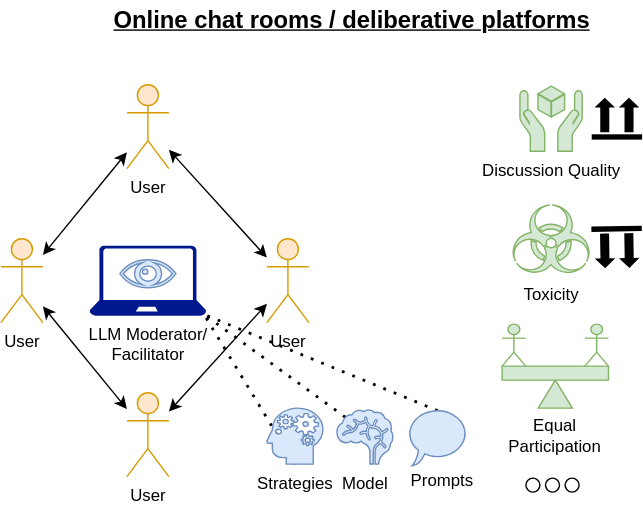
Before: paper/resources/research_goal_2.svg, a diagram exported from draw.io (dimits-ts/llm_moderation_research). Source tidied: cells renumbered, new cells last; positions are measured from the earlier drawing's top-left corner, leaving out a move shared by most shapes. The source it was exported from:
```xml
<mxGraphModel>
  <root>
    <mxCell id="0" />
    <mxCell id="1" parent="0" />
    <mxCell id="2" style="endArrow=none;dashed=1;html=1;dashPattern=1 3;strokeWidth=2;rounded=0;exitX=0.5;exitY=0.045;exitDx=0;exitDy=0;exitPerimeter=0;entryX=0.98;entryY=0.98;entryDx=0;entryDy=0;entryPerimeter=0;" parent="1" edge="1" source="21" target="33">
      <mxGeometry relative="1" as="geometry" />
    </mxCell>
    <mxCell id="3" style="endArrow=none;dashed=1;html=1;dashPattern=1 3;strokeWidth=2;rounded=0;exitX=0.15;exitY=0.135;exitDx=0;exitDy=0;exitPerimeter=0;entryX=0.98;entryY=0.98;entryDx=0;entryDy=0;entryPerimeter=0;" parent="1" edge="1" source="20" target="33">
      <mxGeometry relative="1" as="geometry" />
    </mxCell>
    <mxCell id="4" style="endArrow=none;dashed=1;html=1;dashPattern=1 3;strokeWidth=2;rounded=0;exitX=0.5;exitY=1;exitDx=0;exitDy=0;exitPerimeter=0;entryX=0.98;entryY=0.98;entryDx=0;entryDy=0;entryPerimeter=0;" parent="1" edge="1" source="19" target="33">
      <mxGeometry relative="1" as="geometry" />
    </mxCell>
    <mxCell id="5" value="&lt;b&gt;&lt;u&gt;&lt;font style=&quot;font-size: 17px;&quot;&gt;Online chat rooms / deliberative platforms&lt;/font&gt;&lt;/u&gt;&lt;/b&gt;" style="text;html=1;align=center;verticalAlign=middle;whiteSpace=wrap;rounded=0;" parent="1" vertex="1">
      <mxGeometry x="66" width="370" height="30" as="geometry" />
    </mxCell>
    <mxCell id="6" style="group;" parent="1" vertex="1">
      <mxGeometry x="132" y="40" width="326" height="330" as="geometry" />
    </mxCell>
    <mxCell id="7" style="group;" parent="6" vertex="1">
      <mxGeometry y="20" width="326" height="310" as="geometry" />
    </mxCell>
    <mxCell id="8" style="shape=mxgraph.signs.safety.store_right_up_1;html=1;fillColor=#000000;strokeColor=none;verticalLabelPosition=bottom;verticalAlign=top;align=center;sketch=0;rotation=-181;" parent="7" vertex="1">
      <mxGeometry x="290" y="101" width="36" height="30" as="geometry" />
    </mxCell>
    <mxCell id="9" value="Toxicity" style="shape=mxgraph.signs.safety.biohazard;html=1;fillColor=#d5e8d4;strokeColor=#82b366;verticalLabelPosition=bottom;verticalAlign=top;align=center;sketch=0;" parent="7" vertex="1">
      <mxGeometry x="232" y="86" width="58" height="50" as="geometry" />
    </mxCell>
    <mxCell id="10" value="Discussion Quality" style="shape=mxgraph.signs.safety.handle_with_care;html=1;fillColor=#d5e8d4;strokeColor=#82b366;verticalLabelPosition=bottom;verticalAlign=top;align=center;sketch=0;" parent="7" vertex="1">
      <mxGeometry x="238.8" y="1" width="44.5" height="46.5" as="geometry" />
    </mxCell>
    <mxCell id="11" style="shape=mxgraph.signs.safety.store_right_up_1;html=1;fillColor=#000000;strokeColor=none;verticalLabelPosition=bottom;verticalAlign=top;align=center;sketch=0;rotation=0;" parent="7" vertex="1">
      <mxGeometry x="290" y="9.2" width="36" height="30" as="geometry" />
    </mxCell>
    <mxCell id="12" style="group;" parent="7" vertex="1">
      <mxGeometry x="226" y="171" width="76" height="60" as="geometry" />
    </mxCell>
    <mxCell id="13" style="verticalLabelPosition=bottom;verticalAlign=top;html=1;shape=mxgraph.basic.acute_triangle;dx=0.5;fillColor=#d5e8d4;strokeColor=#82b366;" parent="12" vertex="1">
      <mxGeometry x="25.8" y="40" width="24.5" height="20" as="geometry" />
    </mxCell>
    <mxCell id="14" style="verticalLabelPosition=bottom;verticalAlign=top;html=1;shape=mxgraph.basic.rect;fillColor2=none;strokeWidth=1;size=20;indent=5;fillColor=#d5e8d4;strokeColor=#82b366;" parent="12" vertex="1">
      <mxGeometry y="30" width="76" height="10" as="geometry" />
    </mxCell>
    <mxCell id="15" style="shape=umlActor;verticalLabelPosition=bottom;verticalAlign=top;html=1;fillColor=#d5e8d4;strokeColor=#82b366;" parent="12" vertex="1">
      <mxGeometry width="16.9" height="30" as="geometry" />
    </mxCell>
    <mxCell id="16" style="shape=umlActor;verticalLabelPosition=bottom;verticalAlign=top;html=1;fillColor=#d5e8d4;strokeColor=#82b366;" parent="12" vertex="1">
      <mxGeometry x="59.1" width="16.9" height="30" as="geometry" />
    </mxCell>
    <mxCell id="17" value="Equal Participation" style="text;html=1;align=center;verticalAlign=middle;whiteSpace=wrap;rounded=0;" parent="7" vertex="1">
      <mxGeometry x="229" y="241" width="70" height="20" as="geometry" />
    </mxCell>
    <mxCell id="18" style="ellipse;whiteSpace=wrap;html=1;" parent="7" vertex="1">
      <mxGeometry x="243" y="281" width="10" height="10" as="geometry" />
    </mxCell>
    <mxCell id="19" value="Strategies" style="shape=mxgraph.signs.healthcare.mental_health;html=1;fillColor=#dae8fc;strokeColor=#6c8ebf;verticalLabelPosition=bottom;verticalAlign=top;align=center;sketch=0;" parent="7" vertex="1">
      <mxGeometry x="58" y="231" width="40" height="40" as="geometry" />
    </mxCell>
    <mxCell id="20" value="Model" style="shape=mxgraph.signs.healthcare.brain;html=1;fillColor=#dae8fc;strokeColor=#6c8ebf;verticalLabelPosition=bottom;verticalAlign=top;align=center;sketch=0;" parent="7" vertex="1">
      <mxGeometry x="108" y="232.2" width="40" height="38.8" as="geometry" />
    </mxCell>
    <mxCell id="21" style="whiteSpace=wrap;html=1;shape=mxgraph.basic.oval_callout;fillColor=#dae8fc;strokeColor=#6c8ebf;" parent="7" vertex="1">
      <mxGeometry x="158" y="231" width="44" height="41.2" as="geometry" />
    </mxCell>
    <mxCell id="22" value="Prompts" style="text;html=1;align=center;verticalAlign=middle;" parent="7" vertex="1">
      <mxGeometry x="148" y="268" width="70" height="30" as="geometry" />
    </mxCell>
    <mxCell id="23" style="ellipse;whiteSpace=wrap;html=1;" parent="6" vertex="1">
      <mxGeometry x="257" y="301" width="10" height="10" as="geometry" />
    </mxCell>
    <mxCell id="24" style="ellipse;whiteSpace=wrap;html=1;" parent="6" vertex="1">
      <mxGeometry x="271" y="301" width="10" height="10" as="geometry" />
    </mxCell>
    <mxCell id="25" value="User" style="shape=umlActor;verticalLabelPosition=bottom;verticalAlign=top;html=1;outlineConnect=0;fillColor=#ffe6cc;strokeColor=#d79b00;" parent="1" vertex="1">
      <mxGeometry y="170" width="30" height="60" as="geometry" />
    </mxCell>
    <mxCell id="26" value="User" style="shape=umlActor;verticalLabelPosition=bottom;verticalAlign=top;html=1;outlineConnect=0;fillColor=#ffe6cc;strokeColor=#d79b00;" parent="1" vertex="1">
      <mxGeometry x="90" y="60" width="30" height="60" as="geometry" />
    </mxCell>
    <mxCell id="27" value="User" style="shape=umlActor;verticalLabelPosition=bottom;verticalAlign=top;html=1;outlineConnect=0;fillColor=#ffe6cc;strokeColor=#d79b00;" parent="1" vertex="1">
      <mxGeometry x="190" y="170" width="30" height="60" as="geometry" />
    </mxCell>
    <mxCell id="28" style="endArrow=classic;startArrow=classic;html=1;rounded=0;" parent="1" edge="1" source="25" target="26">
      <mxGeometry relative="1" as="geometry" />
    </mxCell>
    <mxCell id="29" style="endArrow=classic;startArrow=classic;html=1;rounded=0;" parent="1" edge="1" source="27" target="26">
      <mxGeometry relative="1" as="geometry" />
    </mxCell>
    <mxCell id="30" value="User" style="shape=umlActor;verticalLabelPosition=bottom;verticalAlign=top;html=1;outlineConnect=0;fillColor=#ffe6cc;strokeColor=#d79b00;" parent="1" vertex="1">
      <mxGeometry x="90" y="280" width="30" height="60" as="geometry" />
    </mxCell>
    <mxCell id="31" style="endArrow=classic;startArrow=classic;html=1;rounded=0;" parent="1" edge="1" source="25" target="30">
      <mxGeometry relative="1" as="geometry" />
    </mxCell>
    <mxCell id="32" style="endArrow=classic;startArrow=classic;html=1;rounded=0;" parent="1" edge="1" source="30" target="27">
      <mxGeometry relative="1" as="geometry" />
    </mxCell>
    <mxCell id="33" value="LLM Moderator/&lt;div&gt;Facilitator&lt;/div&gt;" style="sketch=0;shadow=0;dashed=0;html=1;strokeColor=none;labelPosition=center;verticalLabelPosition=bottom;verticalAlign=top;align=center;fillColor=#00188D;shape=mxgraph.azure.laptop;" parent="1" vertex="1">
      <mxGeometry x="63.3" y="175" width="83.3" height="50" as="geometry" />
    </mxCell>
    <mxCell id="34" style="shape=mxgraph.signs.healthcare.eye;html=1;fillColor=#dae8fc;strokeColor=#6c8ebf;verticalLabelPosition=bottom;verticalAlign=top;align=center;sketch=0;" parent="1" vertex="1">
      <mxGeometry x="85" y="185" width="40" height="20" as="geometry" />
    </mxCell>
  </root>
</mxGraphModel>
```
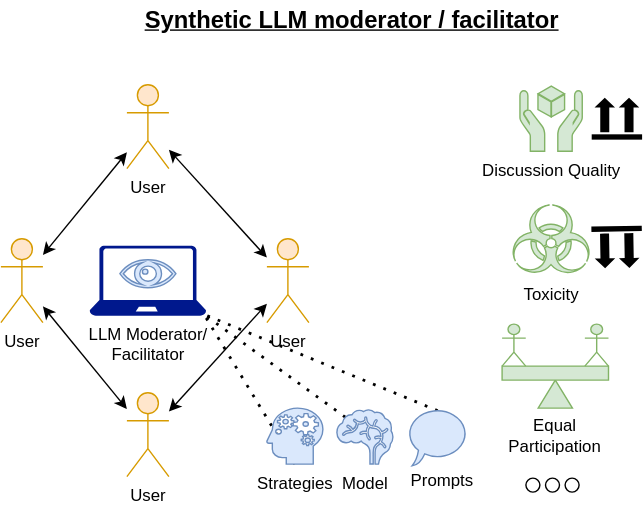
The same file after the commit.

Diff of the diagram source:
```diff
@@ -11,7 +11,7 @@
     <mxCell id="4" style="endArrow=none;dashed=1;html=1;dashPattern=1 3;strokeWidth=2;rounded=0;exitX=0.5;exitY=1;exitDx=0;exitDy=0;exitPerimeter=0;entryX=0.98;entryY=0.98;entryDx=0;entryDy=0;entryPerimeter=0;" parent="1" edge="1" source="19" target="33">
       <mxGeometry relative="1" as="geometry" />
     </mxCell>
-    <mxCell id="5" value="&lt;b&gt;&lt;u&gt;&lt;font style=&quot;font-size: 17px;&quot;&gt;Online chat rooms / deliberative platforms&lt;/font&gt;&lt;/u&gt;&lt;/b&gt;" style="text;html=1;align=center;verticalAlign=middle;whiteSpace=wrap;rounded=0;" parent="1" vertex="1">
+    <mxCell id="5" value="&lt;span style=&quot;font-size: 17px;&quot;&gt;&lt;b&gt;&lt;u&gt;Synthetic LLM moderator / facilitator&lt;/u&gt;&lt;/b&gt;&lt;/span&gt;" style="text;html=1;align=center;verticalAlign=middle;whiteSpace=wrap;rounded=0;" parent="1" vertex="1">
       <mxGeometry x="66" width="370" height="30" as="geometry" />
     </mxCell>
     <mxCell id="6" style="group;" parent="1" vertex="1">
```
